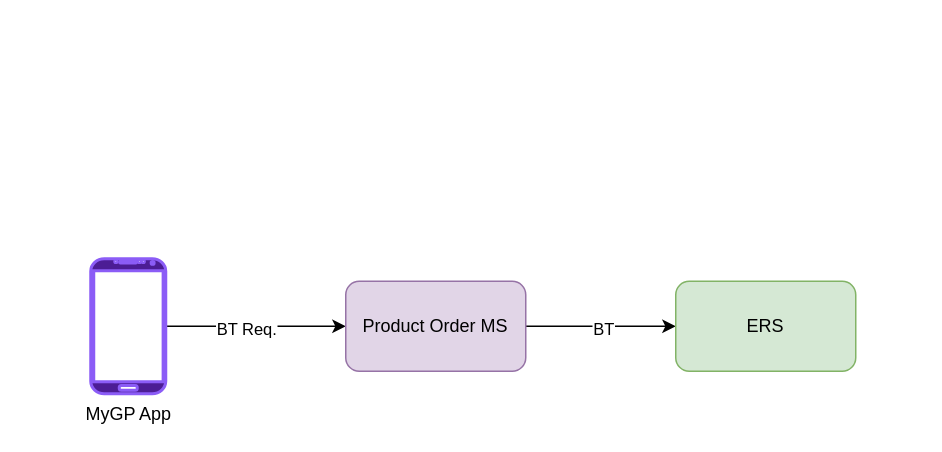
The draw.io diagram Family-Pack-Distribute.drawio in theasad/draw.io, before the edit. Source tidied: cells renumbered, new cells numbered last; positions are measured from the earlier drawing's top-left corner, leaving out a move shared by most shapes. Both pictures are drawn from the tidied source at 150%, with x=0, y=0 at pixel (90, 258).
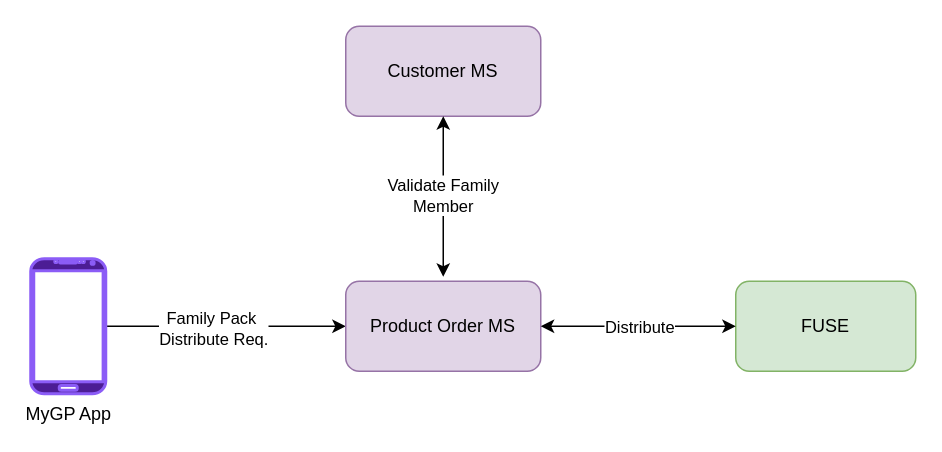
Above is the later version.

Diff of the diagram source:
```diff
@@
 <mxGraphModel>
   <root>
     <mxCell id="0" />
     <mxCell id="1" parent="0" />
     <mxCell id="2" style="edgeStyle=orthogonalEdgeStyle;rounded=0;jettySize=auto;html=1;entryX=0;entryY=0.5;entryDx=0;entryDy=0;" parent="1" edge="1" source="4" target="7">
       <mxGeometry relative="1" as="geometry" />
     </mxCell>
-    <mxCell id="3" value="BT Req." style="edgeLabel;html=1;align=center;verticalAlign=middle;" parent="2" vertex="1">
+    <mxCell id="3" value="Family Pack&amp;nbsp;&lt;div&gt;Distribute Req.&lt;/div&gt;" style="edgeLabel;html=1;align=center;verticalAlign=middle;" parent="2" vertex="1">
       <mxGeometry x="-0.11" y="-4" relative="1" as="geometry">
         <mxPoint y="-3" as="offset" />
       </mxGeometry>
     </mxCell>
     <mxCell id="4" value="MyGP App" style="verticalLabelPosition=bottom;verticalAlign=top;html=1;shadow=0;dashed=0;outlineConnect=0;shape=mxgraph.android.phone2;fillColor=#4c1d95;strokeColor=#8b5cf6;strokeWidth=2;" parent="1" vertex="1">
-      <mxGeometry width="50" height="90" as="geometry" />
+      <mxGeometry x="-40" width="50" height="90" as="geometry" />
     </mxCell>
-    <mxCell id="5" style="edgeStyle=orthogonalEdgeStyle;rounded=0;jettySize=auto;html=1;exitX=1;exitY=0.5;exitDx=0;exitDy=0;" parent="1" edge="1" source="7" target="8">
-      <mxGeometry relative="1" as="geometry" />
-    </mxCell>
-    <mxCell id="6" value="BT" style="edgeLabel;html=1;align=center;verticalAlign=middle;" parent="5" vertex="1">
-      <mxGeometry x="0.01" y="-1" relative="1" as="geometry" />
-    </mxCell>
     <mxCell id="7" value="Product Order MS" style="rounded=1;whiteSpace=wrap;html=1;fillColor=#e1d5e7;strokeColor=#9673a6;" parent="1" vertex="1">
-      <mxGeometry x="170" y="15" width="120" height="60" as="geometry" />
+      <mxGeometry x="170" y="15" width="130" height="60" as="geometry" />
     </mxCell>
-    <mxCell id="8" value="ERS" style="rounded=1;whiteSpace=wrap;html=1;fillColor=#d5e8d4;strokeColor=#82b366;align=center;" parent="1" vertex="1">
-      <mxGeometry x="390" y="15" width="120" height="60" as="geometry" />
+    <mxCell id="8" value="FUSE" style="rounded=1;whiteSpace=wrap;html=1;fillColor=#d5e8d4;strokeColor=#82b366;align=center;" parent="1" vertex="1">
+      <mxGeometry x="430" y="15" width="120" height="60" as="geometry" />
     </mxCell>
+    <mxCell id="9" value="Customer MS" style="rounded=1;whiteSpace=wrap;html=1;fillColor=#e1d5e7;strokeColor=#9673a6;" parent="1" vertex="1">
+      <mxGeometry x="170" y="-155" width="130" height="60" as="geometry" />
+    </mxCell>
+    <mxCell id="10" style="endArrow=classic;startArrow=classic;html=1;rounded=0;entryX=0.5;entryY=1;entryDx=0;entryDy=0;" parent="1" edge="1" target="9">
+      <mxGeometry relative="1" as="geometry">
+        <mxPoint x="235" y="12" as="sourcePoint" />
+      </mxGeometry>
+    </mxCell>
+    <mxCell id="11" value="Validate Family&lt;div&gt;&lt;span style=&quot;color: light-dark(rgb(0, 0, 0), rgb(255, 255, 255));&quot;&gt;Member&lt;/span&gt;&lt;/div&gt;" style="edgeLabel;html=1;align=center;verticalAlign=middle;" parent="10" vertex="1">
+      <mxGeometry x="0.02" y="1" relative="1" as="geometry" />
+    </mxCell>
+    <mxCell id="5" style="endArrow=classic;startArrow=classic;html=1;rounded=0;entryX=0;entryY=0.5;entryDx=0;entryDy=0;exitX=1;exitY=0.5;exitDx=0;exitDy=0;" parent="1" edge="1" source="7" target="8">
+      <mxGeometry relative="1" as="geometry" />
+    </mxCell>
+    <mxCell id="12" value="Distribute" style="edgeLabel;html=1;align=center;verticalAlign=middle;" parent="5" vertex="1">
+      <mxGeometry y="1" relative="1" as="geometry">
+        <mxPoint y="1" as="offset" />
+      </mxGeometry>
+    </mxCell>
   </root>
 </mxGraphModel>
```
